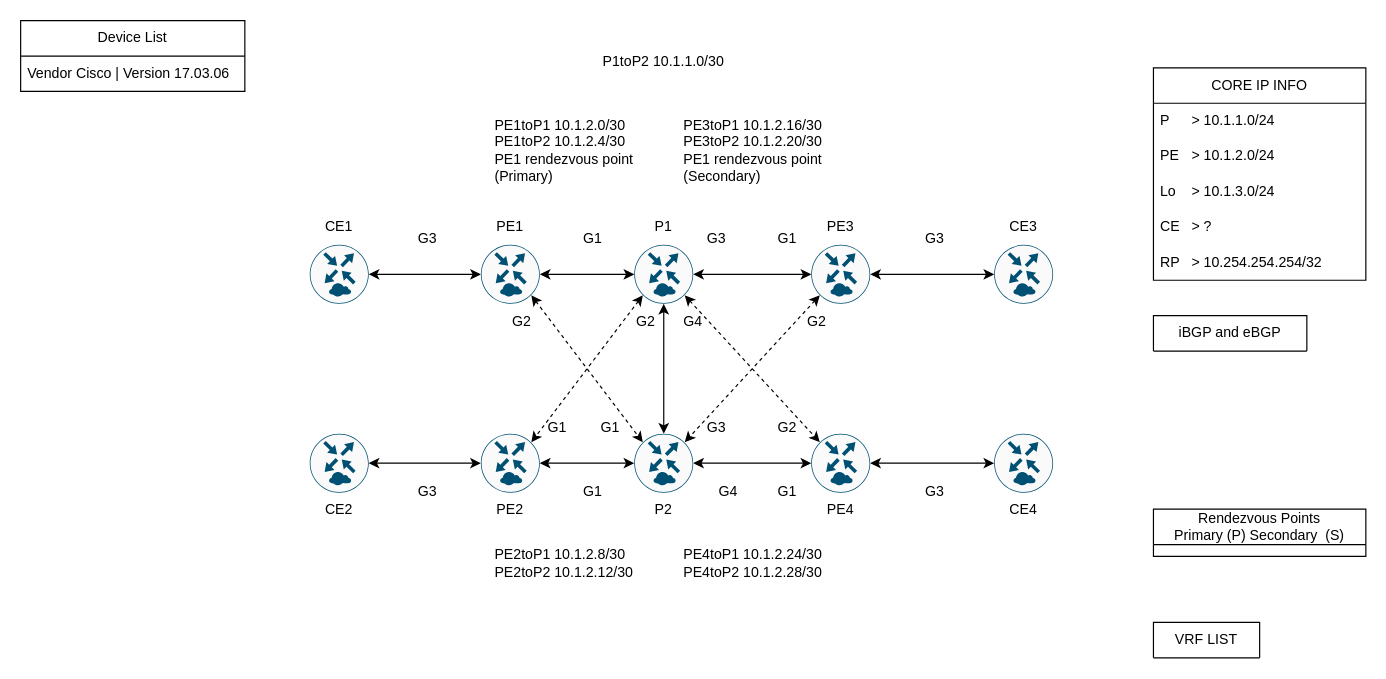
The draw.io diagram page "MPLS CORE P Configuration" (3 of 3) of MPLS.drawio in vxmaster/CML, before the edit. Source tidied: cells renumbered, new cells numbered last; positions are measured from the earlier drawing's top-left corner, leaving out a move shared by most shapes. Both pictures are drawn from the tidied source at 118%, with x=0, y=0 at pixel (20, 20).
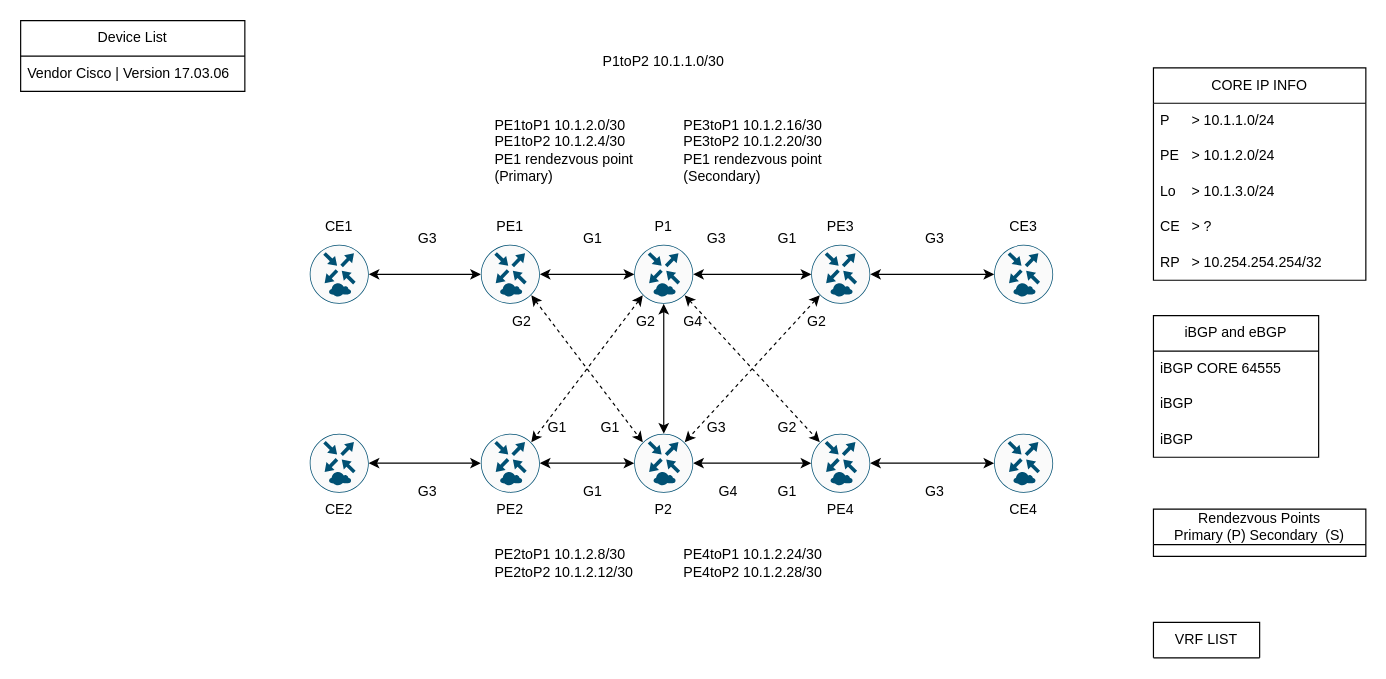
Above is the later version.

Diff of the diagram source:
```diff
@@
-    <mxCell id="75" value="iBGP and eBGP" style="swimlane;fontStyle=0;horizontal=1;startSize=30;whiteSpace=wrap;html=1;" parent="1" vertex="1" collapsed="1">
-      <mxGeometry x="960" y="250" width="130" height="30" as="geometry" />
+    <mxCell id="75" value="iBGP and eBGP" style="swimlane;fontStyle=0;horizontal=1;startSize=30;whiteSpace=wrap;html=1;" parent="1" vertex="1">
+      <mxGeometry x="960" y="250" width="140" height="120" as="geometry" />
     </mxCell>
+    <mxCell id="76" value="iBGP CORE 64555" style="text;strokeColor=none;fillColor=none;align=left;verticalAlign=middle;spacingLeft=4;spacingRight=4;overflow=hidden;whiteSpace=wrap;html=1;" parent="75" vertex="1">
+      <mxGeometry y="30" width="140" height="30" as="geometry" />
+    </mxCell>
+    <mxCell id="77" value="iBGP" style="text;strokeColor=none;fillColor=none;align=left;verticalAlign=middle;spacingLeft=4;spacingRight=4;overflow=hidden;whiteSpace=wrap;html=1;" parent="75" vertex="1">
+      <mxGeometry y="60" width="140" height="30" as="geometry" />
+    </mxCell>
+    <mxCell id="78" value="iBGP" style="text;strokeColor=none;fillColor=none;align=left;verticalAlign=middle;spacingLeft=4;spacingRight=4;overflow=hidden;whiteSpace=wrap;html=1;" parent="75" vertex="1">
+      <mxGeometry y="90" width="140" height="30" as="geometry" />
+    </mxCell>
```
